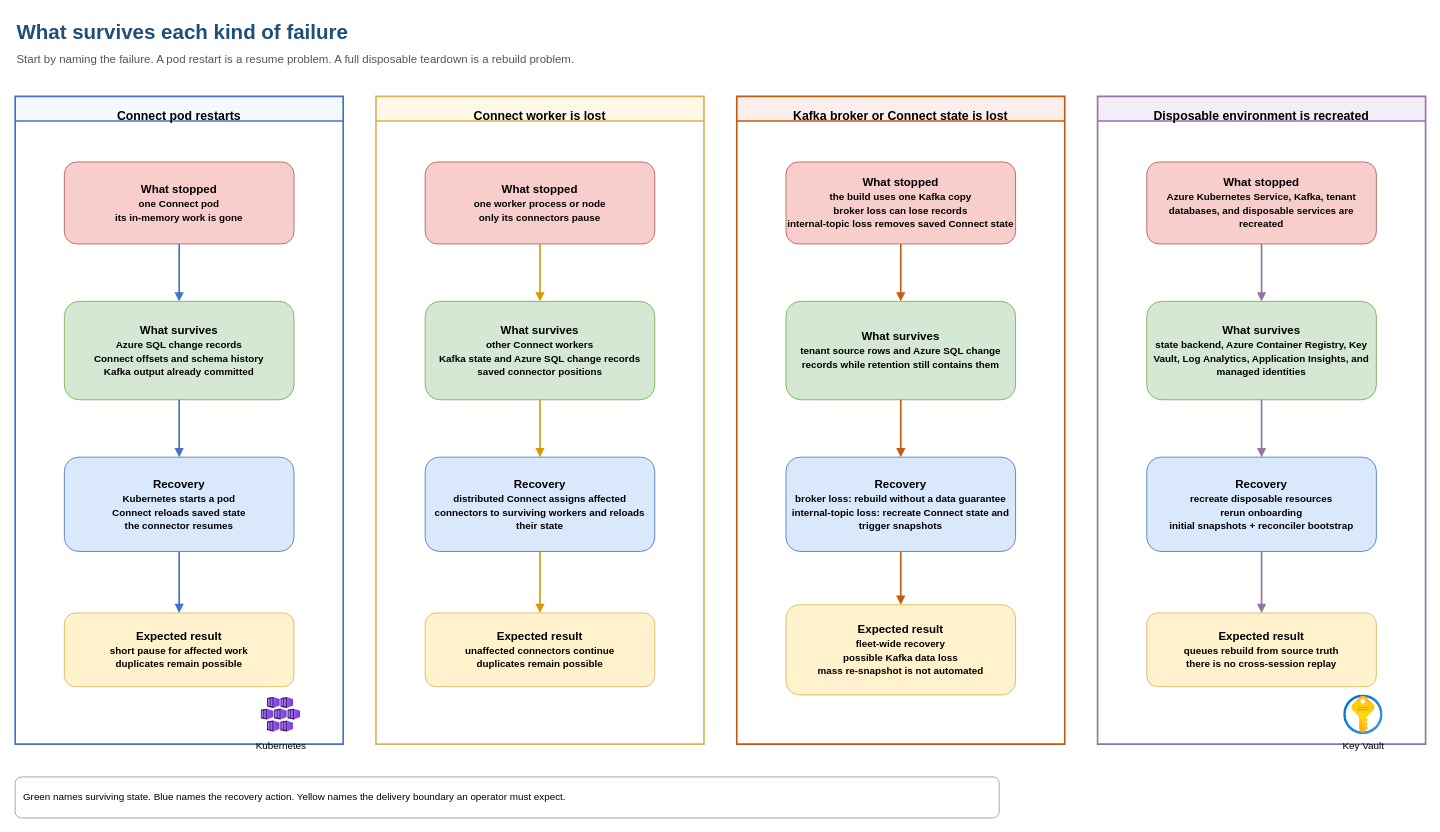
The draw.io diagram docs/diagrams/failure-survival.drawio in collaborationwithothers/cdc-platform-azure, before the edit. Source tidied: cells renumbered, new cells numbered last; positions are measured from the earlier drawing's top-left corner, leaving out a move shared by most shapes. Both pictures are drawn from the tidied source at 82%, with x=0, y=0 at pixel (15, 14).
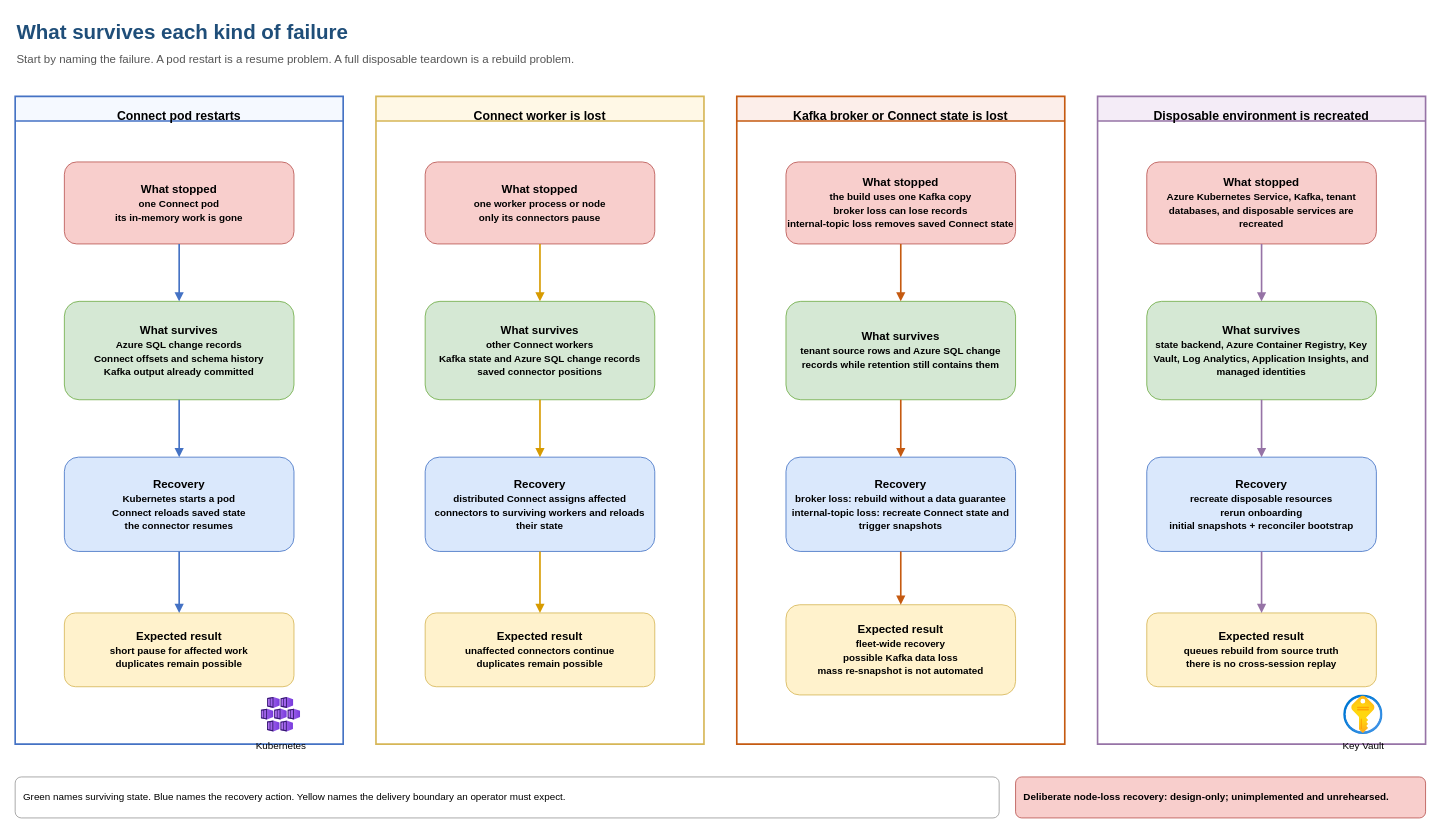
The same diagram, later.

Commit message (it also covers changes not shown here):
Clarify unrehearsed node-loss guidance

Change to the diagram source:
```diff
@@
+    <mxCell id="39" value="Deliberate node-loss recovery: design-only; unimplemented and unrehearsed." style="rounded=1;whiteSpace=wrap;html=1;fillColor=#f8cecc;strokeColor=#b85450;fontSize=12;fontStyle=1;align=left;spacingLeft=8;" parent="1" vertex="1">
+      <mxGeometry x="1220" y="930" width="500" height="50" as="geometry" />
+    </mxCell>
```
